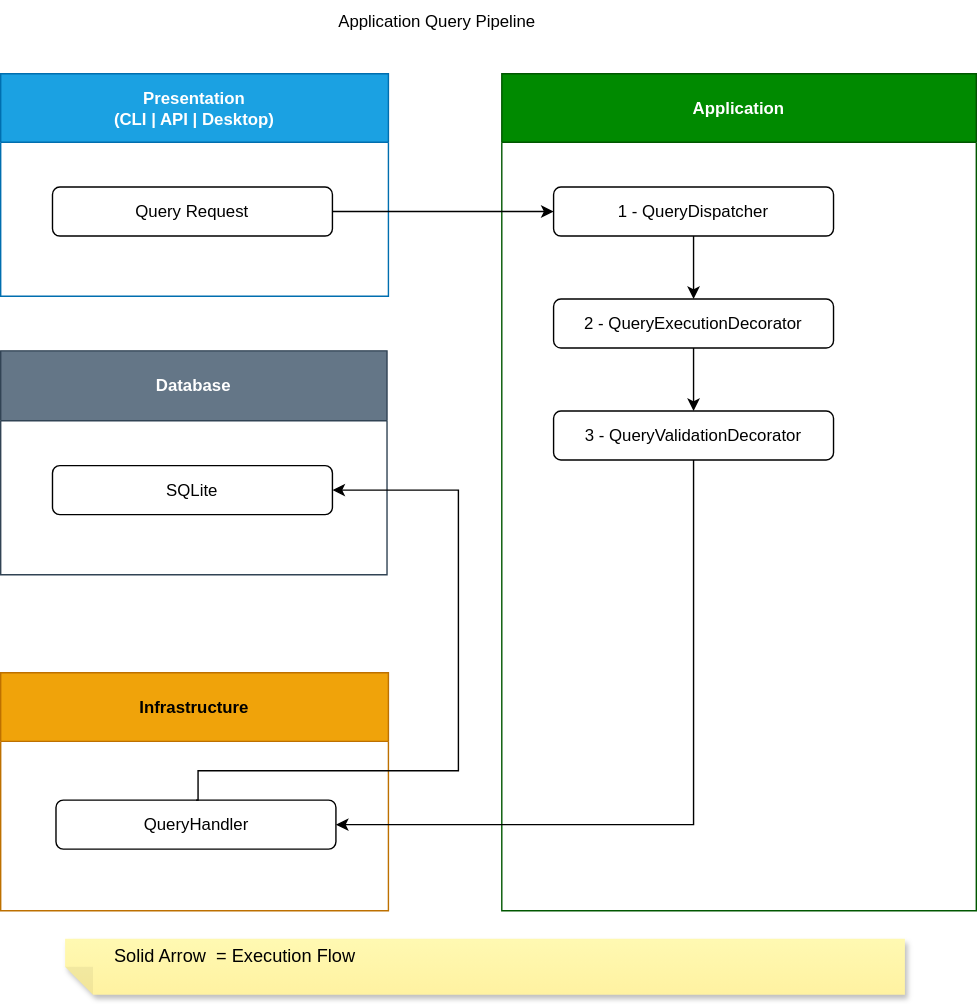
Above: docs/application/application-query-pipeline.svg in sergio-lopes-developer/whoami (draw.io), before the change. Source tidied: cells renumbered, new cells last; positions are measured from the earlier drawing's top-left corner, leaving out a move shared by most shapes.
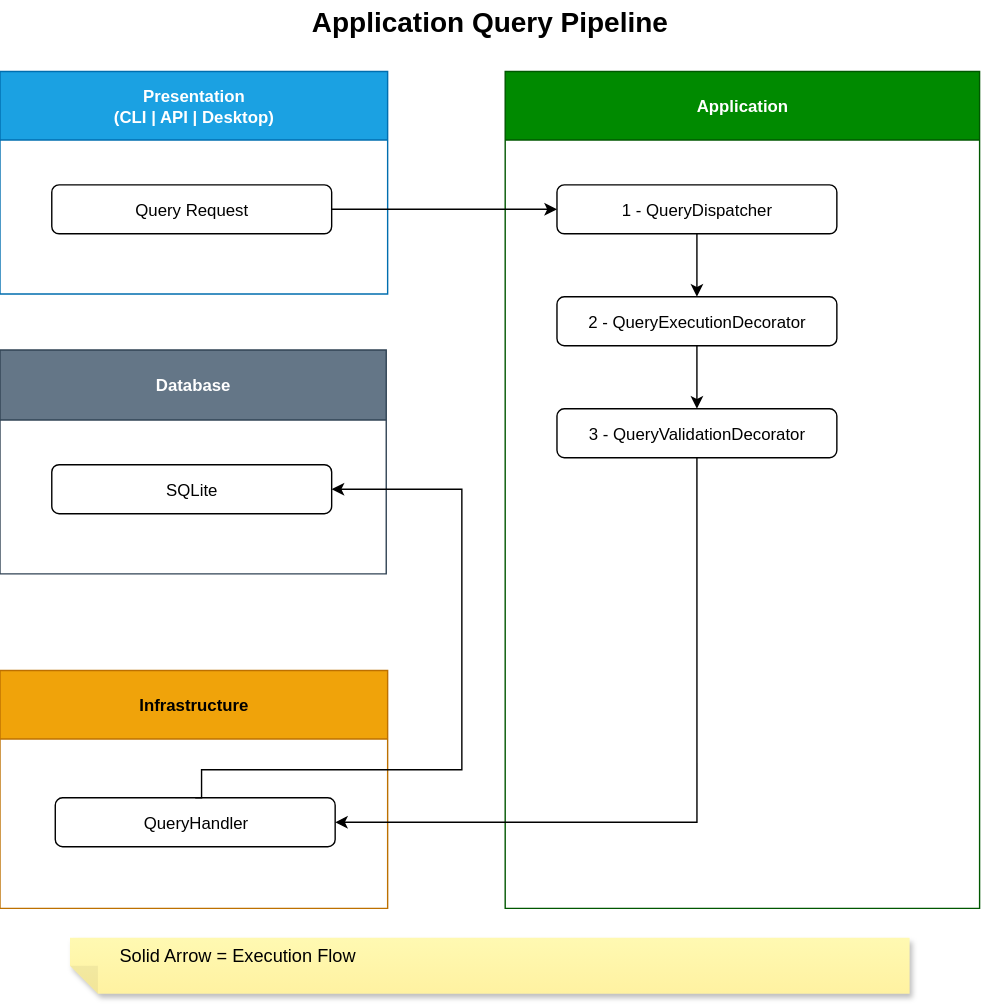
Above is the later version.

Commit message:
docs: fix diagram colors for GitHub dark mode

Change to the diagram source:
```diff
@@ -2,14 +2,14 @@
   <root>
     <mxCell id="0" />
     <mxCell id="1" parent="0" />
-    <mxCell id="2" value="Presentation&#10;(CLI | API | Desktop)" style="swimlane;whiteSpace=wrap;html=1;startSize=49;fillColor=#1ba1e2;strokeColor=#006EAF;fontColor=#ffffff;swimlaneFillColor=none;gradientColor=none;" parent="1" vertex="1">
-      <mxGeometry y="52" width="277" height="159" as="geometry" />
+    <mxCell id="2" value="Presentation&#10;(CLI | API | Desktop)" style="swimlane;whiteSpace=wrap;html=1;startSize=49;fillColor=#1ba1e2;strokeColor=#006EAF;fontColor=#ffffff;swimlaneFillColor=default;gradientColor=none;" parent="1" vertex="1">
+      <mxGeometry x="-3" y="51" width="277" height="159" as="geometry" />
     </mxCell>
     <mxCell id="3" value="Query Request" style="rounded=1;whiteSpace=wrap;html=1;fillColor=none;" parent="2" vertex="1">
       <mxGeometry x="37" y="81" width="200" height="35" as="geometry" />
     </mxCell>
-    <mxCell id="4" value="&lt;div&gt;Application&lt;/div&gt;" style="swimlane;whiteSpace=wrap;html=1;startSize=49;fillColor=#008a00;strokeColor=#005700;fontColor=#ffffff;swimlaneFillColor=none;gradientColor=none;" parent="1" vertex="1">
-      <mxGeometry x="358" y="52" width="339" height="598" as="geometry" />
+    <mxCell id="4" value="&lt;div&gt;Application&lt;/div&gt;" style="swimlane;whiteSpace=wrap;html=1;startSize=49;fillColor=#008a00;strokeColor=#005700;fontColor=#ffffff;swimlaneFillColor=default;gradientColor=none;" parent="1" vertex="1">
+      <mxGeometry x="358" y="51" width="339" height="598" as="geometry" />
     </mxCell>
     <mxCell id="5" style="edgeStyle=orthogonalEdgeStyle;rounded=0;jettySize=auto;html=1;entryX=0.5;entryY=0;entryDx=0;entryDy=0;" parent="4" edge="1" source="6" target="8">
       <mxGeometry relative="1" as="geometry" />
@@ -26,8 +26,8 @@
     <mxCell id="9" value="3 - QueryValidationDecorator" style="rounded=1;whiteSpace=wrap;html=1;fillColor=none;" parent="4" vertex="1">
       <mxGeometry x="37" y="241" width="200" height="35" as="geometry" />
     </mxCell>
-    <mxCell id="10" value="&lt;div&gt;Infrastructure&lt;/div&gt;" style="swimlane;whiteSpace=wrap;html=1;startSize=49;fillColor=#f0a30a;strokeColor=#BD7000;fontColor=#000000;swimlaneFillColor=none;" parent="1" vertex="1">
-      <mxGeometry y="480" width="277" height="170" as="geometry" />
+    <mxCell id="10" value="&lt;div&gt;Infrastructure&lt;/div&gt;" style="swimlane;whiteSpace=wrap;html=1;startSize=49;fillColor=#f0a30a;strokeColor=#BD7000;fontColor=#000000;swimlaneFillColor=default;" parent="1" vertex="1">
+      <mxGeometry x="-3" y="479" width="277" height="170" as="geometry" />
     </mxCell>
     <mxCell id="11" value="QueryHandler" style="rounded=1;whiteSpace=wrap;html=1;fillColor=none;" parent="10" vertex="1">
       <mxGeometry x="39.5" y="91" width="200" height="35" as="geometry" />
@@ -35,11 +35,11 @@
     <mxCell id="12" style="edgeStyle=orthogonalEdgeStyle;rounded=0;jettySize=auto;html=1;exitX=1;exitY=0.5;exitDx=0;exitDy=0;entryX=0;entryY=0.5;entryDx=0;entryDy=0;" parent="1" edge="1" source="3" target="6">
       <mxGeometry relative="1" as="geometry" />
     </mxCell>
-    <mxCell id="13" value="Application Query Pipeline" style="text;html=1;whiteSpace=wrap;strokeColor=none;fillColor=none;align=center;verticalAlign=middle;rounded=0;gradientColor=none;" parent="1" vertex="1">
-      <mxGeometry x="196" width="232" height="30" as="geometry" />
+    <mxCell id="13" value="Application Query Pipeline" style="text;html=1;whiteSpace=wrap;strokeColor=none;fillColor=none;align=center;verticalAlign=middle;rounded=0;gradientColor=none;fontSize=20;fontStyle=1;" parent="1" vertex="1">
+      <mxGeometry x="-3" width="700" height="30" as="geometry" />
     </mxCell>
-    <mxCell id="14" value="Database" style="swimlane;whiteSpace=wrap;html=1;fillColor=#647687;strokeColor=#314354;startSize=50;fontColor=#ffffff;swimlaneFillColor=none;gradientColor=none;" parent="1" vertex="1">
-      <mxGeometry y="250" width="276" height="160" as="geometry" />
+    <mxCell id="14" value="Database" style="swimlane;whiteSpace=wrap;html=1;fillColor=#647687;strokeColor=#314354;startSize=50;fontColor=#ffffff;swimlaneFillColor=default;gradientColor=none;" parent="1" vertex="1">
+      <mxGeometry x="-3" y="250" width="276" height="160" as="geometry" />
     </mxCell>
     <mxCell id="15" value="SQLite" style="rounded=1;whiteSpace=wrap;html=1;fillColor=none;" parent="14" vertex="1">
       <mxGeometry x="37" y="82" width="200" height="35" as="geometry" />
@@ -53,8 +53,8 @@
         </Array>
       </mxGeometry>
     </mxCell>
-    <mxCell id="17" value="&lt;div style=&quot;&quot;&gt;&lt;span style=&quot;color: rgb(255, 255, 255); font-size: 12px; background-color: transparent;&quot;&gt;&amp;nbsp; &amp;nbsp; &amp;nbsp; &amp;nbsp; &amp;nbsp;&lt;/span&gt;&lt;span style=&quot;color: rgb(255, 255, 255); font-size: 12px; background-color: transparent;&quot;&gt;&amp;nbsp;&lt;/span&gt;&lt;span style=&quot;background-color: transparent; color: light-dark(rgb(0, 0, 0), rgb(237, 237, 237));&quot;&gt;Solid Arrow&amp;nbsp; = Execution Flow&lt;/span&gt;&lt;/div&gt;&lt;div style=&quot;&quot;&gt;&lt;br&gt;&lt;/div&gt;" style="shape=note;whiteSpace=wrap;html=1;backgroundOutline=1;autosizeText=1;fontColor=#000000;darkOpacity=0.05;fillColor=#FFF9B2;strokeColor=none;fillStyle=solid;fontSize=13;direction=west;gradientDirection=north;gradientColor=#FFF2A1;shadow=1;size=20;align=left;" parent="1" vertex="1">
-      <mxGeometry x="46" y="670" width="600" height="40" as="geometry" />
+    <mxCell id="17" value="&lt;div style=&quot;&quot;&gt;&lt;span style=&quot;color: rgb(255, 255, 255); font-size: 12px; background-color: transparent;&quot;&gt;&amp;nbsp; &amp;nbsp; &amp;nbsp; &amp;nbsp; &amp;nbsp;&lt;/span&gt;&lt;span style=&quot;color: rgb(255, 255, 255); font-size: 12px; background-color: transparent;&quot;&gt;&amp;nbsp;&lt;/span&gt;&lt;span style=&quot;background-color: transparent; color: light-dark(rgb(0, 0, 0), rgb(237, 237, 237));&quot;&gt;Solid Arrow = Execution Flow&lt;/span&gt;&lt;/div&gt;&lt;div style=&quot;&quot;&gt;&lt;br&gt;&lt;/div&gt;" style="shape=note;whiteSpace=wrap;html=1;backgroundOutline=1;autosizeText=1;fontColor=#000000;darkOpacity=0.05;fillColor=#FFF9B2;strokeColor=none;fillStyle=solid;fontSize=13;direction=west;gradientDirection=north;gradientColor=#FFF2A1;shadow=1;size=20;align=left;" parent="1" vertex="1">
+      <mxGeometry x="47" y="670" width="600" height="40" as="geometry" />
     </mxCell>
     <mxCell id="18" style="edgeStyle=orthogonalEdgeStyle;rounded=0;jettySize=auto;html=1;exitX=0.5;exitY=1;exitDx=0;exitDy=0;entryX=1;entryY=0.5;entryDx=0;entryDy=0;" parent="1" edge="1" source="9" target="11">
       <mxGeometry relative="1" as="geometry" />
```
